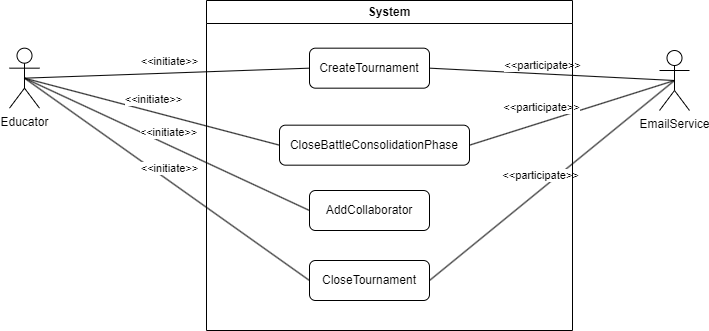
Before: RASD/Diagrams/use_case_educator.png, a diagram exported from draw.io (TommasoCapacci/SEII-2024-Capacci-Ginestroni). Source tidied: cells renumbered, new cells last; positions are measured from the earlier drawing's top-left corner, leaving out a move shared by most shapes.
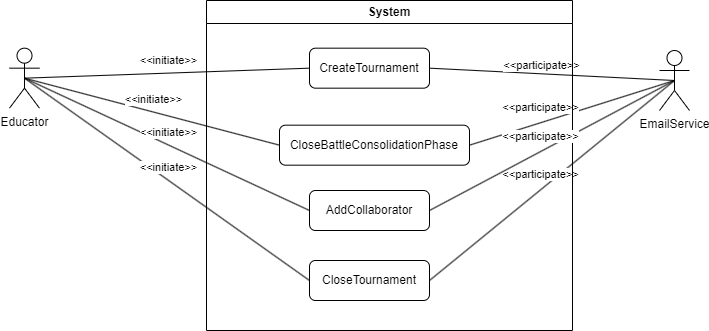
The same file after the commit.

Commit message:
updated use case diagram and use case activity diagram for add collaborator

What changed in the source:
```diff
@@ -79,5 +79,13 @@
     <mxCell id="22" value="System" style="swimlane;whiteSpace=wrap;html=1;" parent="1" vertex="1">
       <mxGeometry x="197" width="366" height="330" as="geometry" />
     </mxCell>
+    <mxCell id="23" style="endArrow=none;html=1;rounded=0;exitX=1;exitY=0.5;exitDx=0;exitDy=0;entryX=0.5;entryY=0.5;entryDx=0;entryDy=0;entryPerimeter=0;" parent="1" edge="1" source="6" target="15">
+      <mxGeometry relative="1" as="geometry" />
+    </mxCell>
+    <mxCell id="24" value="&amp;lt;&amp;lt;participate&amp;gt;&amp;gt;" style="edgeLabel;html=1;align=center;verticalAlign=middle;" parent="23" vertex="1">
+      <mxGeometry x="-0.09" y="-1" relative="1" as="geometry">
+        <mxPoint x="-2" y="-16" as="offset" />
+      </mxGeometry>
+    </mxCell>
   </root>
 </mxGraphModel>
```
